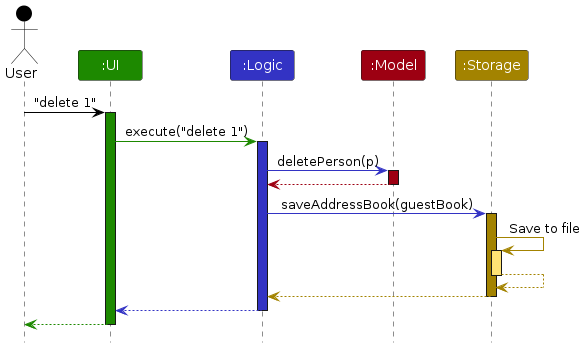
Earlier version of the PlantUML export diagrams/ArchitectureSequenceDiagram.png (AY2425S2-CS2103T-W09-2/tp). Its source is kept beside it as diagrams/ArchitectureSequenceDiagram.puml. Source of this version:
```plantuml
@startuml
!include style.puml
skinparam ArrowFontStyle plain

Actor User as user USER_COLOR
Participant ":UI" as ui UI_COLOR
Participant ":Logic" as logic LOGIC_COLOR
Participant ":Model" as model MODEL_COLOR
Participant ":Storage" as storage STORAGE_COLOR

user -[USER_COLOR]> ui : "delete 1"
activate ui UI_COLOR

ui -[UI_COLOR]> logic : execute("delete 1")
activate logic LOGIC_COLOR

logic -[LOGIC_COLOR]> model : deletePerson(p)
activate model MODEL_COLOR

model -[MODEL_COLOR]-> logic
deactivate model

logic -[LOGIC_COLOR]> storage : saveAddressBook(guestBook)
activate storage STORAGE_COLOR

storage -[STORAGE_COLOR]> storage : Save to file
activate storage STORAGE_COLOR_T1
storage --[STORAGE_COLOR]> storage
deactivate storage

storage --[STORAGE_COLOR]> logic
deactivate storage

logic --[LOGIC_COLOR]> ui
deactivate logic

ui--[UI_COLOR]> user
deactivate ui
@enduml
```
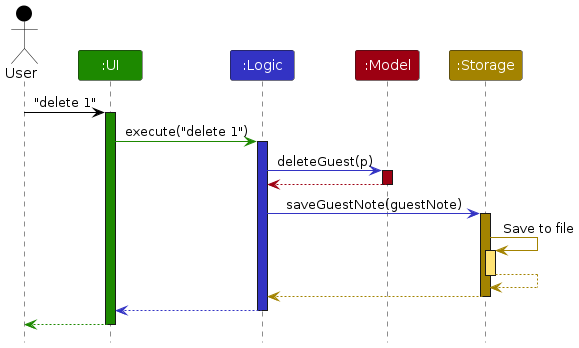
The same file after the commit.

The edit, as a diff of the source:
```diff
@@ -14,13 +14,13 @@
 ui -[UI_COLOR]> logic : execute("delete 1")
 activate logic LOGIC_COLOR
 
-logic -[LOGIC_COLOR]> model : deletePerson(p)
+logic -[LOGIC_COLOR]> model : deleteGuest(p)
 activate model MODEL_COLOR
 
 model -[MODEL_COLOR]-> logic
 deactivate model
 
-logic -[LOGIC_COLOR]> storage : saveAddressBook(guestBook)
+logic -[LOGIC_COLOR]> storage : saveGuestNote(guestNote)
 activate storage STORAGE_COLOR
 
 storage -[STORAGE_COLOR]> storage : Save to file
```
